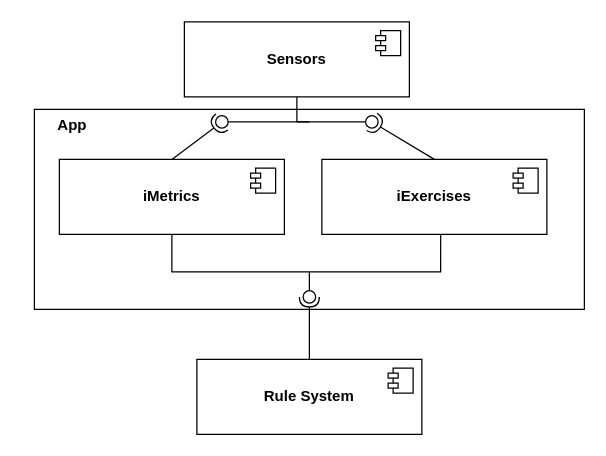
dgolzm/E1-2024-2 keeps this draw.io diagram as Diagrama sin título.drawio. Above is the earlier version. Source tidied: cells renumbered, new cells numbered last; positions are measured from the earlier drawing's top-left corner, leaving out a move shared by most shapes. Both pictures are drawn from the tidied source at 125%, with x=0, y=0 at pixel (21, 21).
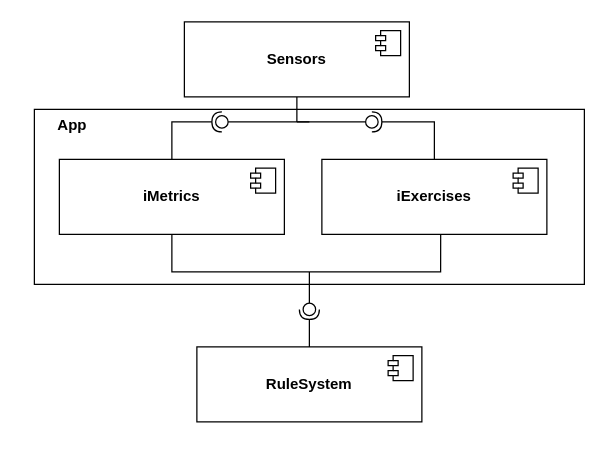
The same diagram, later.

The change refers to these unchanged cells:
```xml
<mxCell id="9" value="&lt;b&gt;iMetrics&lt;/b&gt;" style="html=1;whiteSpace=wrap;" parent="1" vertex="1">
  <mxGeometry x="30" y="110" width="180" height="60" as="geometry" />
</mxCell>
<mxCell id="12" value="&lt;b&gt;iExercises&lt;/b&gt;" style="html=1;whiteSpace=wrap;" parent="1" vertex="1">
  <mxGeometry x="240" y="110" width="180" height="60" as="geometry" />
</mxCell>
```

Change to the diagram source:
```diff
@@
     <mxCell id="2" style="html=1;whiteSpace=wrap;" parent="1" vertex="1">
-      <mxGeometry x="10" y="70" width="440" height="160" as="geometry" />
+      <mxGeometry x="10" y="70" width="440" height="140" as="geometry" />
     </mxCell>
@@
     <mxCell id="5" style="rounded=0;jettySize=auto;html=1;endArrow=halfCircle;endFill=0;endSize=6;strokeWidth=1;sketch=0;exitX=0.5;exitY=0;exitDx=0;exitDy=0;" parent="1" edge="1" source="9">
       <mxGeometry relative="1" as="geometry">
         <mxPoint x="160" y="80" as="targetPoint" />
+        <Array as="points">
+          <mxPoint x="120" y="80" />
+        </Array>
       </mxGeometry>
     </mxCell>
@@
-    <mxCell id="16" style="rounded=0;jettySize=auto;html=1;endArrow=halfCircle;endFill=0;endSize=6;strokeWidth=1;sketch=0;fontSize=12;curved=1;exitX=0.5;exitY=0;exitDx=0;exitDy=0;" parent="1" edge="1" source="12">
-      <mxGeometry relative="1" as="geometry">
-        <mxPoint x="280" y="80" as="targetPoint" />
-      </mxGeometry>
-    </mxCell>
@@
-    <mxCell id="18" value="&lt;b&gt;Rule System&lt;/b&gt;" style="html=1;whiteSpace=wrap;" parent="1" vertex="1">
-      <mxGeometry x="140" y="270" width="180" height="60" as="geometry" />
+    <mxCell id="18" value="&lt;b&gt;RuleSystem&lt;/b&gt;" style="html=1;whiteSpace=wrap;" parent="1" vertex="1">
+      <mxGeometry x="140" y="260" width="180" height="60" as="geometry" />
     </mxCell>
@@
     <mxCell id="20" style="rounded=0;orthogonalLoop=1;jettySize=auto;html=1;endArrow=oval;endFill=0;sketch=0;sourcePerimeterSpacing=0;targetPerimeterSpacing=0;endSize=10;" parent="1" edge="1">
       <mxGeometry relative="1" as="geometry">
         <mxPoint x="230" y="200" as="sourcePoint" />
-        <mxPoint x="230" y="220" as="targetPoint" />
+        <mxPoint x="230" y="230" as="targetPoint" />
       </mxGeometry>
     </mxCell>
     <mxCell id="21" style="rounded=0;jettySize=auto;html=1;endArrow=halfCircle;endFill=0;endSize=6;strokeWidth=1;sketch=0;exitX=0.5;exitY=0;exitDx=0;exitDy=0;" parent="1" edge="1" source="18">
       <mxGeometry relative="1" as="geometry">
-        <mxPoint x="230" y="220" as="targetPoint" />
+        <mxPoint x="230" y="230" as="targetPoint" />
       </mxGeometry>
     </mxCell>
@@
+    <mxCell id="24" style="rounded=0;jettySize=auto;html=1;endArrow=halfCircle;endFill=0;endSize=6;strokeWidth=1;sketch=0;" parent="1" edge="1" source="12">
+      <mxGeometry relative="1" as="geometry">
+        <mxPoint x="280" y="80" as="targetPoint" />
+        <Array as="points">
+          <mxPoint x="330" y="80" />
+        </Array>
+      </mxGeometry>
+    </mxCell>
```
